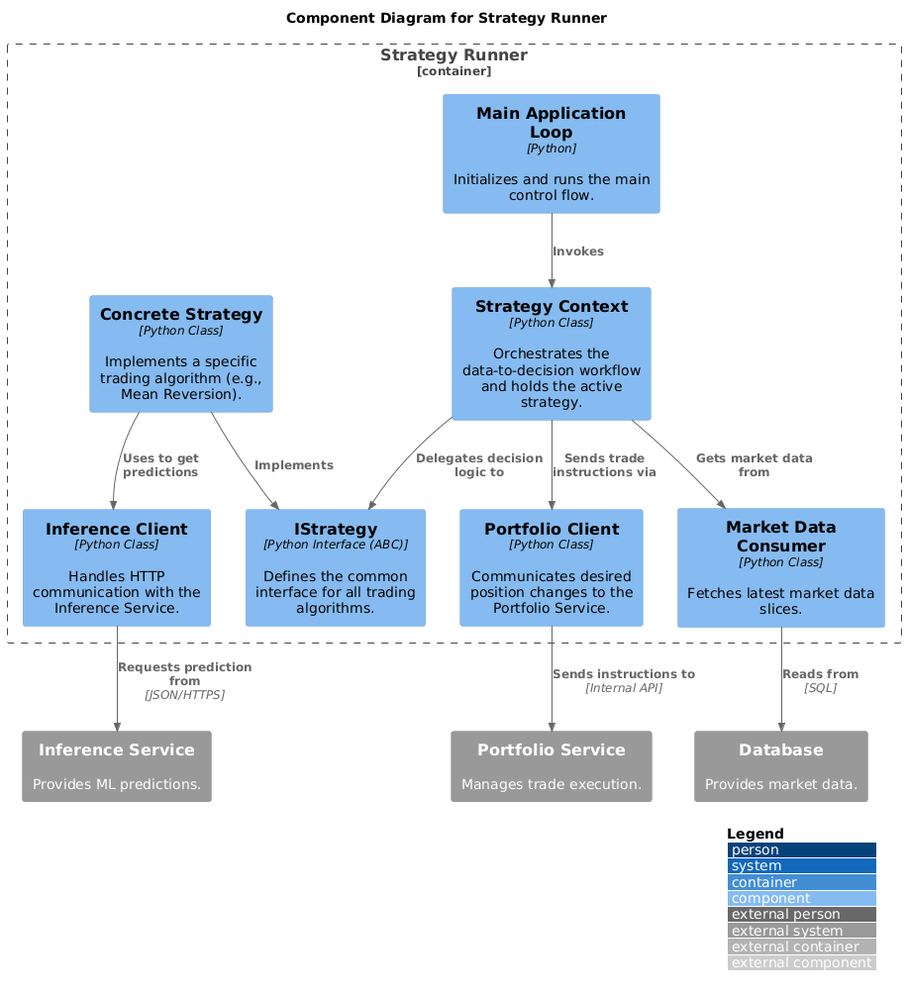
Earlier version of the PlantUML export docs/arch/level-3-strategy-runner.png (tttrisagion/3T).
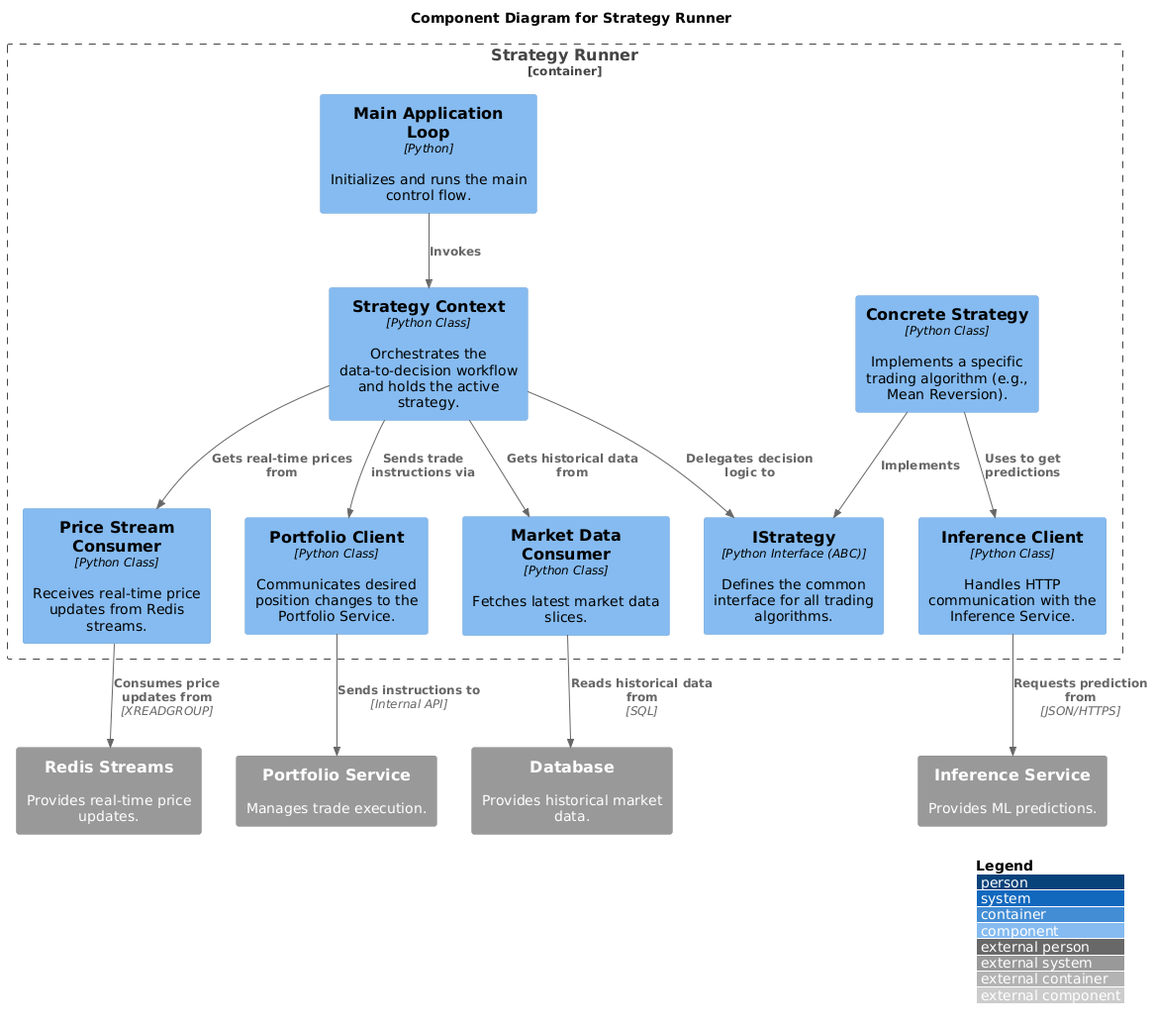
Later version of the same file.

What changed in the source:
```diff
@@ -12,22 +12,26 @@
     Component(istrategy, "IStrategy", "Python Interface (ABC)", "Defines the common interface for all trading algorithms.")
     Component(concrete_strategy, "Concrete Strategy", "Python Class", "Implements a specific trading algorithm (e.g., Mean Reversion).")
     Component(data_consumer, "Market Data Consumer", "Python Class", "Fetches latest market data slices.")
+    Component(price_consumer, "Price Stream Consumer", "Python Class", "Receives real-time price updates from Redis streams.")
     Component(inference_client, "Inference Client", "Python Class", "Handles HTTP communication with the Inference Service.")
     Component(portfolio_client, "Portfolio Client", "Python Class", "Communicates desired position changes to the Portfolio Service.")
 
     Rel(main_loop, context, "Invokes")
-    Rel(context, data_consumer, "Gets market data from")
+    Rel(context, data_consumer, "Gets historical data from")
+    Rel(context, price_consumer, "Gets real-time prices from")
     Rel(context, istrategy, "Delegates decision logic to")
     Rel(concrete_strategy, istrategy, "Implements")
     Rel(concrete_strategy, inference_client, "Uses to get predictions")
     Rel(context, portfolio_client, "Sends trade instructions via")
 }
 
-System_Ext(db, "Database", "Provides market data.")
+System_Ext(db, "Database", "Provides historical market data.")
+System_Ext(redis_streams, "Redis Streams", "Provides real-time price updates.")
 System_Ext(inference_service, "Inference Service", "Provides ML predictions.")
 System_Ext(portfolio_service, "Portfolio Service", "Manages trade execution.")
 
-Rel(data_consumer, db, "Reads from", "SQL")
+Rel(data_consumer, db, "Reads historical data from", "SQL")
+Rel(price_consumer, redis_streams, "Consumes price updates from", "XREADGROUP")
 Rel(inference_client, inference_service, "Requests prediction from", "JSON/HTTPS")
 Rel(portfolio_client, portfolio_service, "Sends instructions to", "Internal API")
 
```
